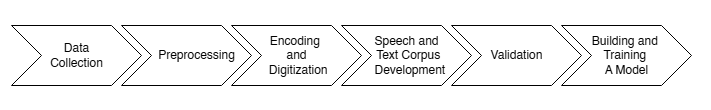
The draw.io diagram figures/flowchart.png in mariefherv/akeanon-stt, before a commit. Source tidied: cells renumbered, new cells last; positions are measured from the earlier drawing's top-left corner, leaving out a move shared by most shapes.
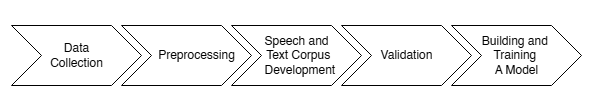
The same file after the commit.

What changed in the source:
```diff
@@ -3,10 +3,10 @@
     <mxCell id="0" />
     <mxCell id="1" parent="0" />
     <mxCell id="2" style="rounded=0;whiteSpace=wrap;html=1;strokeColor=none;" parent="1" vertex="1">
-      <mxGeometry width="711" height="110" as="geometry" />
+      <mxGeometry width="601" height="110" as="geometry" />
     </mxCell>
     <mxCell id="3" value="Building and&amp;nbsp;&lt;div&gt;Training&amp;nbsp;&lt;/div&gt;&lt;div&gt;A Model&lt;/div&gt;" style="html=1;shadow=0;dashed=0;align=center;verticalAlign=middle;shape=mxgraph.arrows2.arrow;dy=0;dx=30;notch=30;" parent="1" vertex="1">
-      <mxGeometry x="561" y="25" width="130" height="60" as="geometry" />
+      <mxGeometry x="451" y="25" width="130" height="60" as="geometry" />
     </mxCell>
     <mxCell id="4" value="Data&lt;div&gt;Collection&lt;/div&gt;" style="html=1;shadow=0;dashed=0;align=center;verticalAlign=middle;shape=mxgraph.arrows2.arrow;dy=0;dx=30;notch=30;" parent="1" vertex="1">
       <mxGeometry x="11" y="25" width="130" height="60" as="geometry" />
@@ -15,13 +15,10 @@
       <mxGeometry x="121" y="25" width="130" height="60" as="geometry" />
     </mxCell>
     <mxCell id="6" value="Speech and&lt;div&gt;&amp;nbsp;Text Corpus&lt;/div&gt;&lt;div&gt;&amp;nbsp; Development&lt;/div&gt;" style="html=1;shadow=0;dashed=0;align=center;verticalAlign=middle;shape=mxgraph.arrows2.arrow;dy=0;dx=30;notch=30;" parent="1" vertex="1">
-      <mxGeometry x="341" y="25" width="130" height="60" as="geometry" />
+      <mxGeometry x="231" y="25" width="130" height="60" as="geometry" />
     </mxCell>
     <mxCell id="7" value="Validation" style="html=1;shadow=0;dashed=0;align=center;verticalAlign=middle;shape=mxgraph.arrows2.arrow;dy=0;dx=30;notch=30;" parent="1" vertex="1">
-      <mxGeometry x="451" y="25" width="130" height="60" as="geometry" />
+      <mxGeometry x="341" y="25" width="130" height="60" as="geometry" />
     </mxCell>
-    <mxCell id="8" value="Encoding&amp;nbsp;&lt;div&gt;and&lt;/div&gt;&lt;div&gt;&amp;nbsp;&lt;span style=&quot;background-color: transparent; color: light-dark(rgb(0, 0, 0), rgb(255, 255, 255));&quot;&gt;Digitization&lt;/span&gt;&lt;/div&gt;" style="html=1;shadow=0;dashed=0;align=center;verticalAlign=middle;shape=mxgraph.arrows2.arrow;dy=0;dx=30;notch=30;" parent="1" vertex="1">
-      <mxGeometry x="231" y="25" width="130" height="60" as="geometry" />
-    </mxCell>
   </root>
 </mxGraphModel>
```
